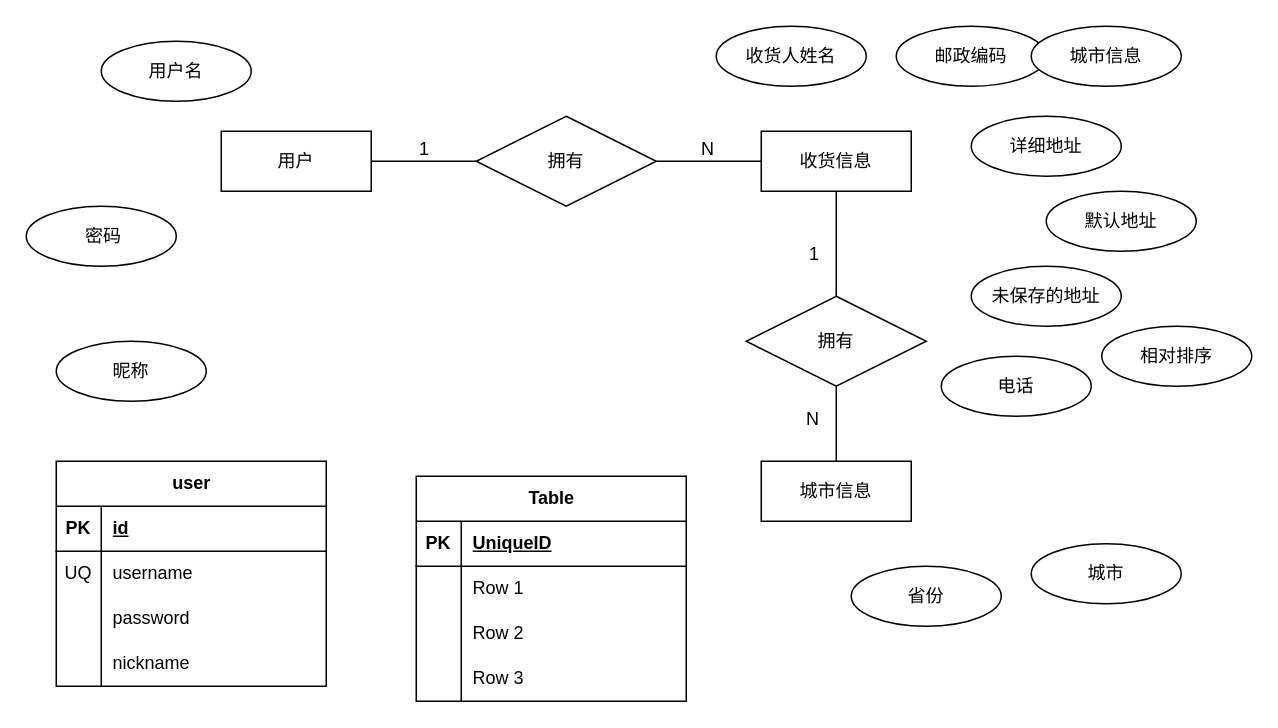
Before: shop-address.drawio in haijialiu/shop-address, a draw.io diagram. Source tidied: cells renumbered, new cells numbered last; positions are measured from the earlier drawing's top-left corner, leaving out a move shared by most shapes. Both pictures are drawn from the tidied source at 150%, with x=0, y=0 at pixel (26, 26).
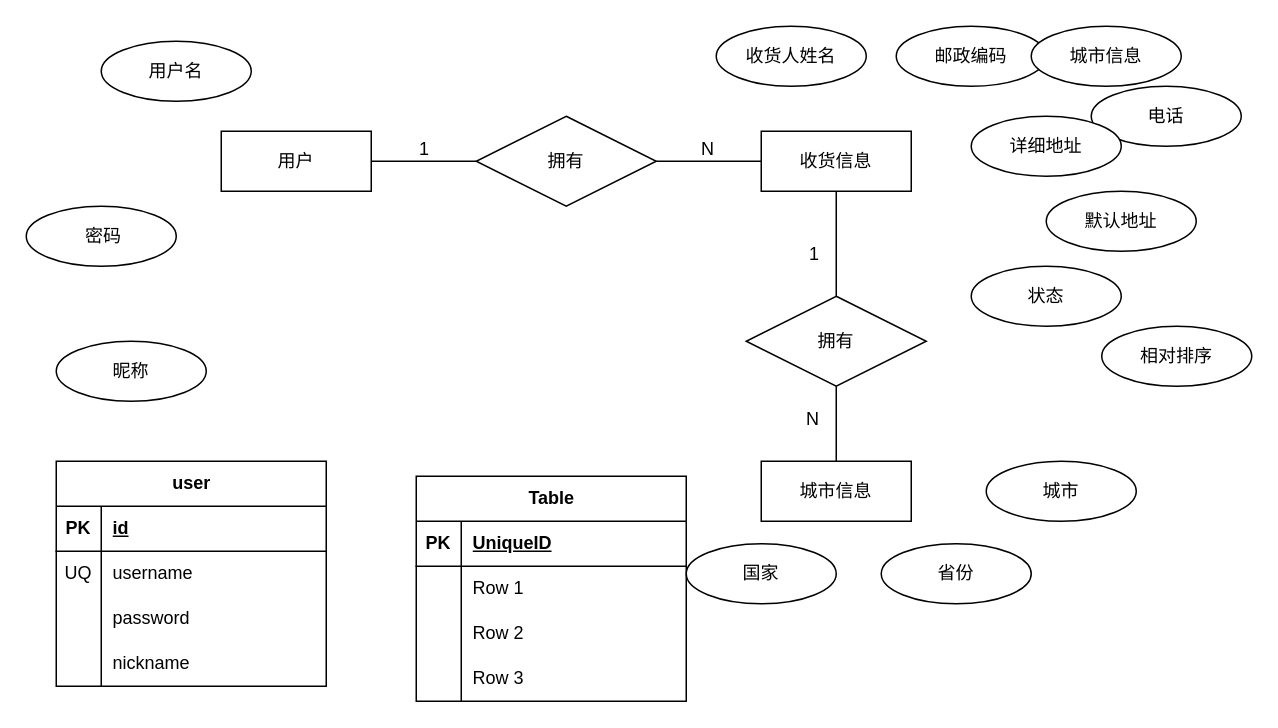
Above is the later version.

Diff of the diagram source:
```diff
@@
     <mxCell id="10" value="电话" style="ellipse;whiteSpace=wrap;html=1;align=center;" parent="1" vertex="1">
-      <mxGeometry x="610" y="220" width="100" height="40" as="geometry" />
+      <mxGeometry x="710" y="40" width="100" height="40" as="geometry" />
     </mxCell>
@@
-    <mxCell id="16" value="未保存的地址" style="ellipse;whiteSpace=wrap;html=1;align=center;" parent="1" vertex="1">
+    <mxCell id="16" value="状态" style="ellipse;whiteSpace=wrap;html=1;align=center;" parent="1" vertex="1">
       <mxGeometry x="630" y="160" width="100" height="40" as="geometry" />
     </mxCell>
@@
     <mxCell id="52" value="城市" style="ellipse;whiteSpace=wrap;html=1;align=center;" parent="1" vertex="1">
-      <mxGeometry x="670" y="345" width="100" height="40" as="geometry" />
+      <mxGeometry x="640" y="290" width="100" height="40" as="geometry" />
     </mxCell>
     <mxCell id="53" value="省份" style="ellipse;whiteSpace=wrap;html=1;align=center;" parent="1" vertex="1">
-      <mxGeometry x="550" y="360" width="100" height="40" as="geometry" />
+      <mxGeometry x="570" y="345" width="100" height="40" as="geometry" />
     </mxCell>
+    <mxCell id="54" value="国家" style="ellipse;whiteSpace=wrap;html=1;align=center;" parent="1" vertex="1">
+      <mxGeometry x="440" y="345" width="100" height="40" as="geometry" />
+    </mxCell>
```
